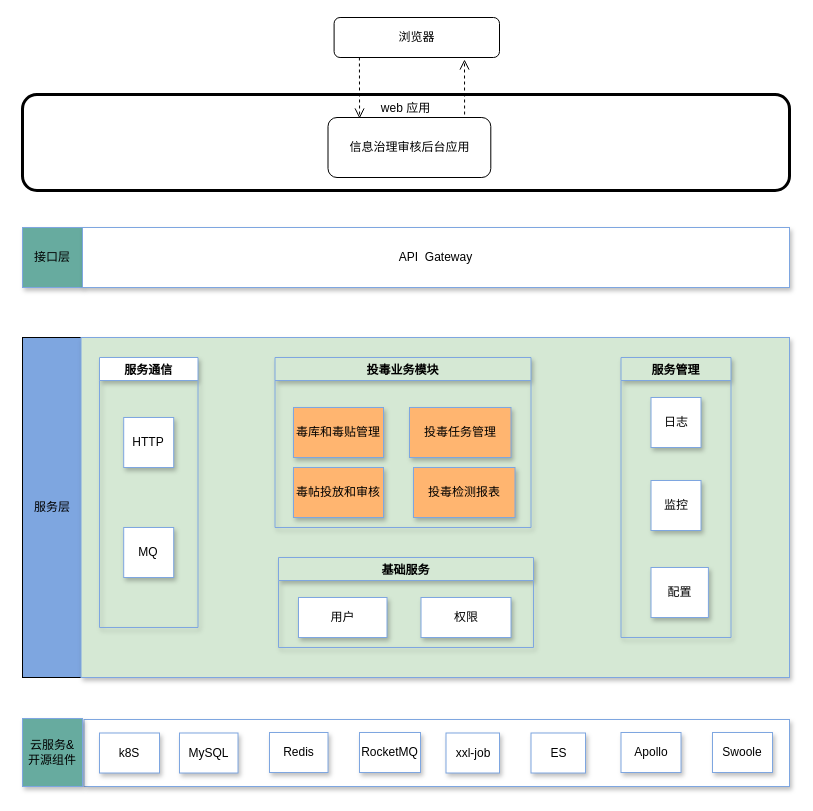
The draw.io diagram Untitled Diagram.drawio in dendi875/draw, before the edit. Source tidied: cells renumbered, new cells numbered last; positions are measured from the earlier drawing's top-left corner, leaving out a move shared by most shapes. Both pictures are drawn from the tidied source at 100%, with x=0, y=0 at pixel (22, 17).
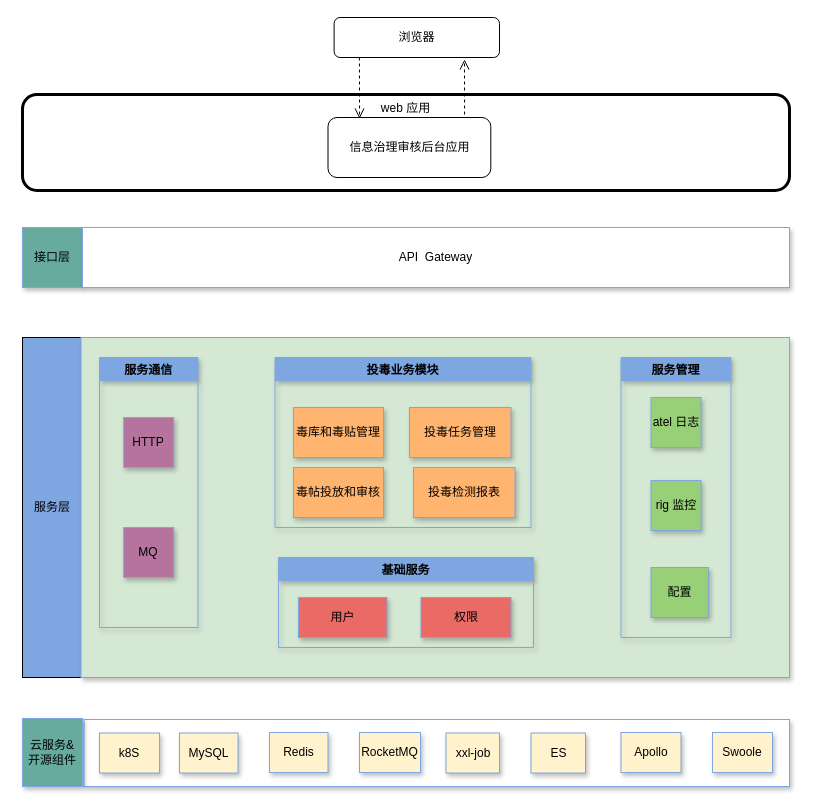
After the change.

Diff of the diagram source:
```diff
@@
-    <mxCell id="8" value="服务通信" style="swimlane;shadow=1;strokeColor=#7EA6E0;fillColor=#FFFFFF;" parent="1" vertex="1">
+    <mxCell id="8" value="服务通信" style="swimlane;shadow=1;strokeColor=#7EA6E0;fillColor=#7EA6E0;" parent="1" vertex="1">
       <mxGeometry x="77" y="340" width="98.5" height="270" as="geometry" />
     </mxCell>
-    <mxCell id="9" value="HTTP" style="rounded=0;whiteSpace=wrap;html=1;shadow=1;strokeColor=#7EA6E0;fillColor=#FFFFFF;" parent="8" vertex="1">
+    <mxCell id="9" value="HTTP" style="rounded=0;whiteSpace=wrap;html=1;shadow=1;strokeColor=#7EA6E0;fillColor=#B5739D;" parent="8" vertex="1">
       <mxGeometry x="24.2" y="60" width="50" height="50" as="geometry" />
     </mxCell>
-    <mxCell id="10" value="MQ" style="rounded=0;whiteSpace=wrap;html=1;shadow=1;strokeColor=#7EA6E0;fillColor=#FFFFFF;" parent="8" vertex="1">
+    <mxCell id="10" value="MQ" style="rounded=0;whiteSpace=wrap;html=1;shadow=1;strokeColor=#7EA6E0;fillColor=#B5739D;" parent="8" vertex="1">
       <mxGeometry x="24.2" y="170" width="50" height="50" as="geometry" />
     </mxCell>
-    <mxCell id="11" value="投毒业务模块" style="swimlane;shadow=1;strokeColor=#7EA6E0;fillColor=#D5E8D4;" parent="1" vertex="1">
-      <mxGeometry x="252.5" y="340" width="256" height="170" as="geometry" />
-    </mxCell>
-    <mxCell id="12" value="毒库和毒贴管理" style="rounded=0;whiteSpace=wrap;html=1;shadow=1;strokeColor=#7EA6E0;fillColor=#FFB570;" parent="11" vertex="1">
-      <mxGeometry x="18.5" y="50" width="90" height="50" as="geometry" />
-    </mxCell>
-    <mxCell id="13" value="&lt;div&gt;投毒检测报表&lt;/div&gt;" style="rounded=0;whiteSpace=wrap;html=1;shadow=1;strokeColor=#7EA6E0;fillColor=#FFB570;" parent="11" vertex="1">
-      <mxGeometry x="138.5" y="110" width="101.5" height="50" as="geometry" />
-    </mxCell>
-    <mxCell id="14" value="&lt;div&gt;&lt;br&gt;&lt;/div&gt;&lt;div&gt;毒帖投放和审核&lt;/div&gt;&lt;div&gt;&lt;br&gt;&lt;/div&gt;" style="rounded=0;whiteSpace=wrap;html=1;shadow=1;strokeColor=#7EA6E0;fillColor=#FFB570;" parent="11" vertex="1">
-      <mxGeometry x="18.5" y="110" width="90" height="50" as="geometry" />
-    </mxCell>
-    <mxCell id="15" value="服务管理" style="swimlane;shadow=1;strokeColor=#7EA6E0;fillColor=#D5E8D4;" parent="1" vertex="1">
-      <mxGeometry x="598.5" y="340" width="110" height="280" as="geometry" />
-    </mxCell>
-    <mxCell id="16" value="监控" style="rounded=0;whiteSpace=wrap;html=1;shadow=1;strokeColor=#7EA6E0;fillColor=#FFFFFF;" parent="15" vertex="1">
-      <mxGeometry x="30" y="123" width="50" height="50" as="geometry" />
-    </mxCell>
-    <mxCell id="17" value="日志" style="rounded=0;whiteSpace=wrap;html=1;shadow=1;strokeColor=#7EA6E0;fillColor=#FFFFFF;" parent="15" vertex="1">
-      <mxGeometry x="30" y="40" width="50" height="50" as="geometry" />
-    </mxCell>
-    <mxCell id="18" value="配置" style="rounded=0;whiteSpace=wrap;html=1;shadow=1;strokeColor=#7EA6E0;fillColor=#FFFFFF;" parent="15" vertex="1">
-      <mxGeometry x="30" y="210" width="57.4" height="50" as="geometry" />
-    </mxCell>
-    <mxCell id="19" value="基础服务" style="swimlane;shadow=1;strokeColor=#7EA6E0;fillColor=#D5E8D4;" parent="1" vertex="1">
+    <mxCell id="19" value="基础服务" style="swimlane;shadow=1;strokeColor=#7EA6E0;fillColor=#7EA6E0;" parent="1" vertex="1">
       <mxGeometry x="256" y="540" width="255" height="90" as="geometry" />
     </mxCell>
-    <mxCell id="20" value="用户" style="rounded=0;whiteSpace=wrap;html=1;shadow=1;strokeColor=#7EA6E0;fillColor=#FFFFFF;" parent="19" vertex="1">
+    <mxCell id="20" value="用户" style="rounded=0;whiteSpace=wrap;html=1;shadow=1;strokeColor=#7EA6E0;fillColor=#EA6B66;" parent="19" vertex="1">
       <mxGeometry x="20" y="40" width="88.5" height="40" as="geometry" />
     </mxCell>
-    <mxCell id="21" value="权限" style="rounded=0;whiteSpace=wrap;html=1;shadow=1;strokeColor=#7EA6E0;fillColor=#FFFFFF;" parent="19" vertex="1">
+    <mxCell id="21" value="权限" style="rounded=0;whiteSpace=wrap;html=1;shadow=1;strokeColor=#7EA6E0;fillColor=#EA6B66;" parent="19" vertex="1">
       <mxGeometry x="142.5" y="40" width="90" height="40" as="geometry" />
     </mxCell>
@@
-    <mxCell id="27" value="k8S" style="rounded=0;whiteSpace=wrap;html=1;shadow=1;strokeColor=#7EA6E0;fillColor=#FFFFFF;" parent="1" vertex="1">
+    <mxCell id="27" value="k8S" style="rounded=0;whiteSpace=wrap;html=1;shadow=1;strokeColor=#7EA6E0;fillColor=#FFF2CC;" parent="1" vertex="1">
       <mxGeometry x="77" y="715.5" width="60" height="40" as="geometry" />
     </mxCell>
-    <mxCell id="28" value="MySQL" style="rounded=0;whiteSpace=wrap;html=1;shadow=1;strokeColor=#7EA6E0;fillColor=#FFFFFF;" parent="1" vertex="1">
+    <mxCell id="28" value="MySQL" style="rounded=0;whiteSpace=wrap;html=1;shadow=1;strokeColor=#7EA6E0;fillColor=#FFF2CC;" parent="1" vertex="1">
       <mxGeometry x="157" y="715.5" width="58.5" height="40" as="geometry" />
     </mxCell>
-    <mxCell id="29" value="Redis" style="rounded=0;whiteSpace=wrap;html=1;shadow=1;strokeColor=#7EA6E0;fillColor=#FFFFFF;" parent="1" vertex="1">
+    <mxCell id="29" value="Redis" style="rounded=0;whiteSpace=wrap;html=1;shadow=1;strokeColor=#7EA6E0;fillColor=#FFF2CC;" parent="1" vertex="1">
       <mxGeometry x="247" y="715" width="58.5" height="40" as="geometry" />
     </mxCell>
-    <mxCell id="30" value="RocketMQ" style="rounded=0;whiteSpace=wrap;html=1;shadow=1;strokeColor=#7EA6E0;fillColor=#FFFFFF;" parent="1" vertex="1">
+    <mxCell id="30" value="RocketMQ" style="rounded=0;whiteSpace=wrap;html=1;shadow=1;strokeColor=#7EA6E0;fillColor=#FFF2CC;" parent="1" vertex="1">
       <mxGeometry x="337" y="715" width="61" height="40" as="geometry" />
     </mxCell>
-    <mxCell id="31" value="xxl-job" style="rounded=0;whiteSpace=wrap;html=1;shadow=1;strokeColor=#7EA6E0;fillColor=#FFFFFF;" parent="1" vertex="1">
+    <mxCell id="31" value="xxl-job" style="rounded=0;whiteSpace=wrap;html=1;shadow=1;strokeColor=#7EA6E0;fillColor=#FFF2CC;" parent="1" vertex="1">
       <mxGeometry x="423.5" y="715.5" width="53.5" height="40" as="geometry" />
     </mxCell>
-    <mxCell id="32" value="ES" style="rounded=0;whiteSpace=wrap;html=1;shadow=1;strokeColor=#7EA6E0;fillColor=#FFFFFF;" parent="1" vertex="1">
+    <mxCell id="32" value="ES" style="rounded=0;whiteSpace=wrap;html=1;shadow=1;strokeColor=#7EA6E0;fillColor=#FFF2CC;" parent="1" vertex="1">
       <mxGeometry x="508.5" y="715.5" width="54.5" height="40" as="geometry" />
     </mxCell>
-    <mxCell id="33" value="Apollo" style="rounded=0;whiteSpace=wrap;html=1;shadow=1;strokeColor=#7EA6E0;fillColor=#FFFFFF;" parent="1" vertex="1">
+    <mxCell id="33" value="Apollo" style="rounded=0;whiteSpace=wrap;html=1;shadow=1;strokeColor=#7EA6E0;fillColor=#FFF2CC;" parent="1" vertex="1">
       <mxGeometry x="598.5" y="715" width="60" height="40" as="geometry" />
     </mxCell>
-    <mxCell id="34" value="Swoole" style="rounded=0;whiteSpace=wrap;html=1;shadow=1;strokeColor=#7EA6E0;fillColor=#FFFFFF;" parent="1" vertex="1">
+    <mxCell id="34" value="Swoole" style="rounded=0;whiteSpace=wrap;html=1;shadow=1;strokeColor=#7EA6E0;fillColor=#FFF2CC;" parent="1" vertex="1">
       <mxGeometry x="690" y="715" width="60" height="40" as="geometry" />
     </mxCell>
@@
+    <mxCell id="11" value="投毒业务模块" style="swimlane;shadow=1;strokeColor=#7EA6E0;fillColor=#7EA6E0;" parent="1" vertex="1">
+      <mxGeometry x="252.5" y="340" width="256" height="170" as="geometry" />
+    </mxCell>
+    <mxCell id="12" value="毒库和毒贴管理" style="rounded=0;whiteSpace=wrap;html=1;shadow=1;strokeColor=#7EA6E0;fillColor=#FFB570;" parent="11" vertex="1">
+      <mxGeometry x="18.5" y="50" width="90" height="50" as="geometry" />
+    </mxCell>
+    <mxCell id="13" value="&lt;div&gt;投毒检测报表&lt;/div&gt;" style="rounded=0;whiteSpace=wrap;html=1;shadow=1;strokeColor=#7EA6E0;fillColor=#FFB570;" parent="11" vertex="1">
+      <mxGeometry x="138.5" y="110" width="101.5" height="50" as="geometry" />
+    </mxCell>
+    <mxCell id="14" value="&lt;div&gt;&lt;br&gt;&lt;/div&gt;&lt;div&gt;毒帖投放和审核&lt;/div&gt;&lt;div&gt;&lt;br&gt;&lt;/div&gt;" style="rounded=0;whiteSpace=wrap;html=1;shadow=1;strokeColor=#7EA6E0;fillColor=#FFB570;" parent="11" vertex="1">
+      <mxGeometry x="18.5" y="110" width="90" height="50" as="geometry" />
+    </mxCell>
+    <mxCell id="15" value="服务管理" style="swimlane;shadow=1;strokeColor=#7EA6E0;fillColor=#7EA6E0;" parent="1" vertex="1">
+      <mxGeometry x="598.5" y="340" width="110" height="280" as="geometry" />
+    </mxCell>
+    <mxCell id="16" value="rig 监控" style="rounded=0;whiteSpace=wrap;html=1;shadow=1;strokeColor=#7EA6E0;fillColor=#97D077;" parent="15" vertex="1">
+      <mxGeometry x="30" y="123" width="50" height="50" as="geometry" />
+    </mxCell>
+    <mxCell id="17" value="atel 日志" style="rounded=0;whiteSpace=wrap;html=1;shadow=1;strokeColor=#7EA6E0;fillColor=#97D077;" parent="15" vertex="1">
+      <mxGeometry x="30" y="40" width="50" height="50" as="geometry" />
+    </mxCell>
+    <mxCell id="18" value="配置" style="rounded=0;whiteSpace=wrap;html=1;shadow=1;strokeColor=#7EA6E0;fillColor=#97D077;" parent="15" vertex="1">
+      <mxGeometry x="30" y="210" width="57.4" height="50" as="geometry" />
+    </mxCell>
```
